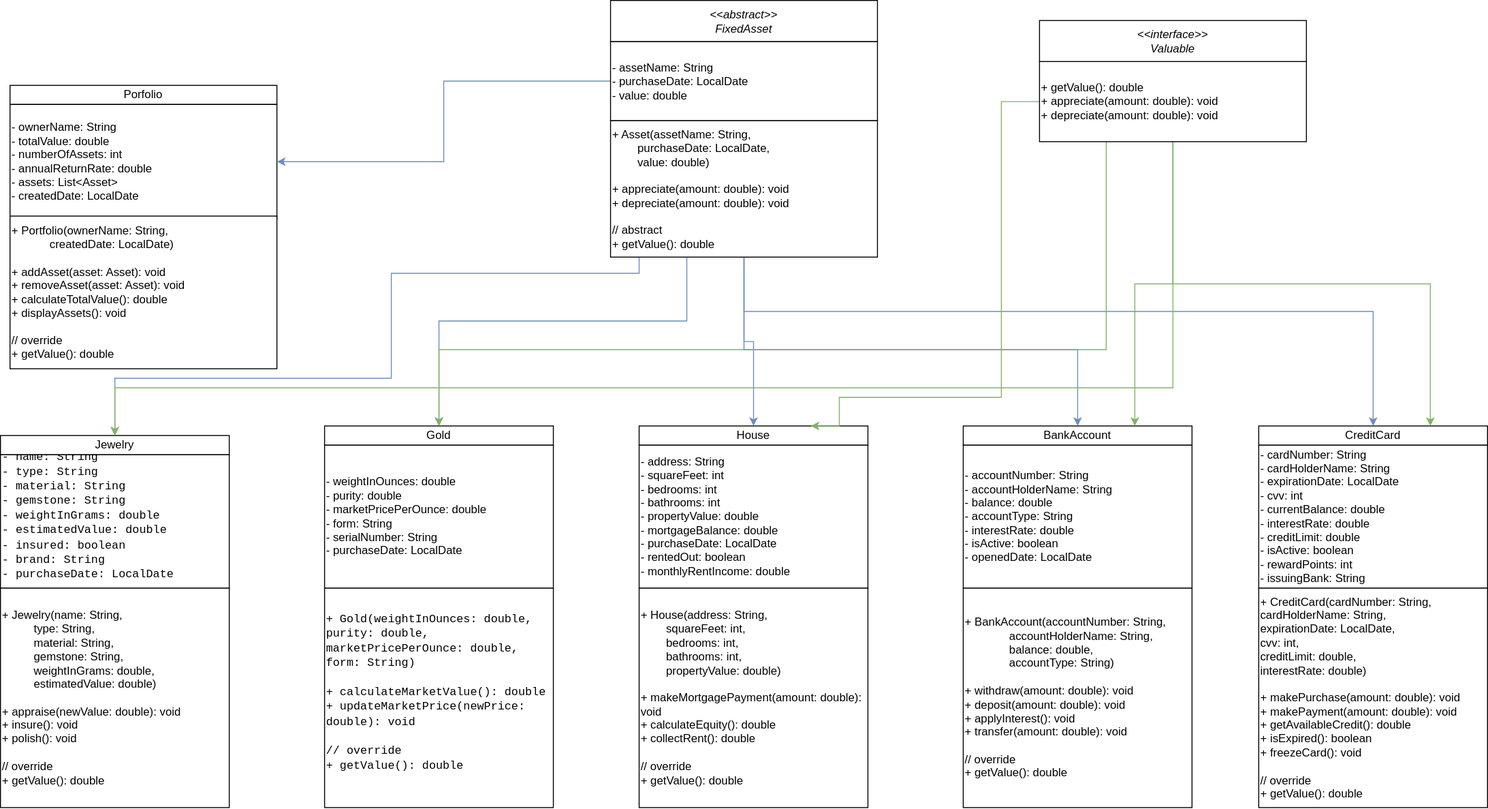
Above: src/main/resources/AssetDiagram.svg in BlaineBell21/Workbook6 (draw.io), before the change. Source tidied: cells renumbered, new cells last; positions are measured from the earlier drawing's top-left corner, leaving out a move shared by most shapes.
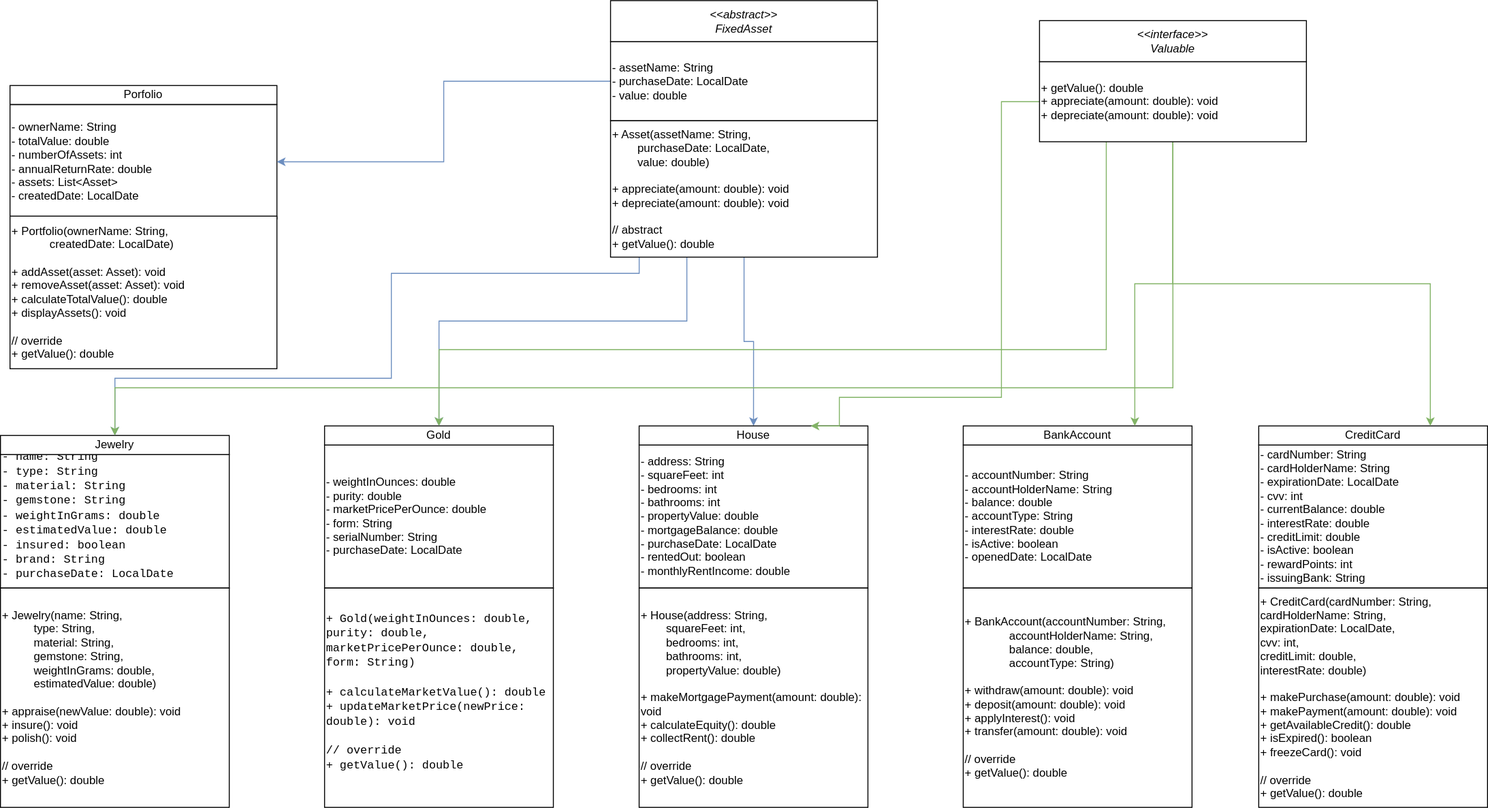
The same diagram one commit later.

The edit, as a diff of the source:
```diff
@@ -17,22 +17,6 @@
     <mxCell id="6" value="- assetName: String&lt;br&gt;- purchaseDate: LocalDate&lt;br&gt;- value: double" style="rounded=0;whiteSpace=wrap;html=1;align=left;" parent="1" vertex="1">
       <mxGeometry x="640" y="43" width="280" height="83" as="geometry" />
     </mxCell>
-    <mxCell id="7" style="edgeStyle=orthogonalEdgeStyle;rounded=0;jettySize=auto;html=1;entryX=0.5;entryY=0;entryDx=0;entryDy=0;fillColor=#dae8fc;strokeColor=#6c8ebf;" parent="1" edge="1" source="12" target="25">
-      <mxGeometry relative="1" as="geometry">
-        <Array as="points">
-          <mxPoint x="780" y="326" />
-          <mxPoint x="1440" y="326" />
-        </Array>
-      </mxGeometry>
-    </mxCell>
-    <mxCell id="8" style="edgeStyle=orthogonalEdgeStyle;rounded=0;jettySize=auto;html=1;entryX=0.5;entryY=0;entryDx=0;entryDy=0;fillColor=#dae8fc;strokeColor=#6c8ebf;" parent="1" edge="1" source="12" target="16">
-      <mxGeometry relative="1" as="geometry">
-        <Array as="points">
-          <mxPoint x="780" y="366" />
-          <mxPoint x="1130" y="366" />
-        </Array>
-      </mxGeometry>
-    </mxCell>
     <mxCell id="9" style="edgeStyle=orthogonalEdgeStyle;rounded=0;jettySize=auto;html=1;entryX=0.5;entryY=0;entryDx=0;entryDy=0;fillColor=#dae8fc;strokeColor=#6c8ebf;" parent="1" edge="1" source="12" target="28">
       <mxGeometry relative="1" as="geometry" />
     </mxCell>
```
